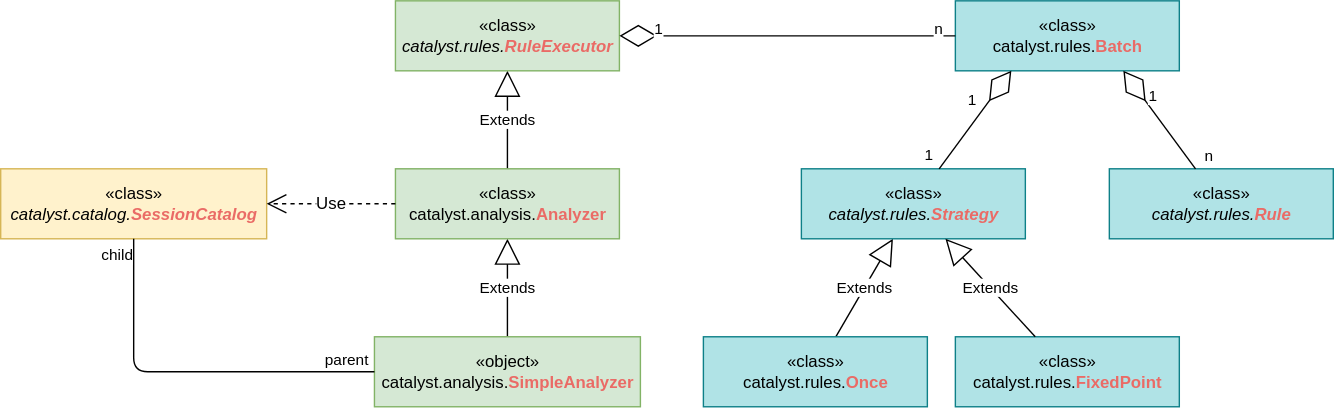
Above: images/spark/sql-catalyst-analysis.svg in jtLiBrain/jtLiBrain.github.io (draw.io), before the change. Source tidied: cells renumbered, new cells last; positions are measured from the earlier drawing's top-left corner, leaving out a move shared by most shapes.
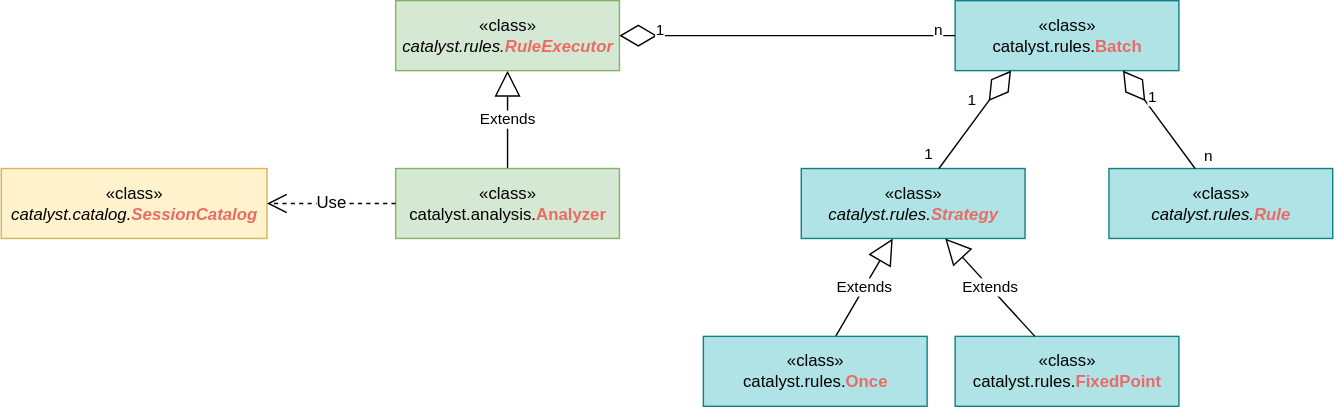
The same diagram one commit later.

The edit, as a diff of the source:
```diff
@@ -8,18 +8,12 @@
     <mxCell id="3" value="Extends" style="endArrow=block;endSize=16;endFill=0;html=1;" parent="1" edge="1" source="10" target="9">
       <mxGeometry relative="1" as="geometry" />
     </mxCell>
-    <mxCell id="4" value="Extends" style="endArrow=block;endSize=16;endFill=0;html=1;" parent="1" edge="1" source="7" target="6">
-      <mxGeometry relative="1" as="geometry" />
-    </mxCell>
     <mxCell id="5" value="«class»&lt;br&gt;&lt;i&gt;catalyst.rules.&lt;b style=&quot;color: rgb(234 , 107 , 102)&quot;&gt;RuleExecutor&lt;/b&gt;&lt;/i&gt;" style="html=1;strokeColor=#82b366;strokeWidth=1;fillColor=#d5e8d4;" parent="1" vertex="1">
       <mxGeometry x="282" width="160" height="50" as="geometry" />
     </mxCell>
     <mxCell id="6" value="«class»&lt;br&gt;&lt;span&gt;catalyst.analysis.&lt;span style=&quot;color: rgb(234 , 107 , 102)&quot;&gt;&lt;b&gt;Analyzer&lt;/b&gt;&lt;/span&gt;&lt;/span&gt;" style="html=1;strokeColor=#82b366;strokeWidth=1;fillColor=#d5e8d4;fontStyle=0;" parent="1" vertex="1">
       <mxGeometry x="282" y="120" width="160" height="50" as="geometry" />
     </mxCell>
-    <mxCell id="7" value="«object»&lt;br&gt;&lt;span&gt;catalyst.analysis.&lt;/span&gt;&lt;font color=&quot;#ea6b66&quot;&gt;&lt;b&gt;SimpleAnalyzer&lt;/b&gt;&lt;/font&gt;" style="html=1;strokeColor=#82b366;strokeWidth=1;fillColor=#d5e8d4;fontStyle=0;" parent="1" vertex="1">
-      <mxGeometry x="267" y="240" width="190" height="50" as="geometry" />
-    </mxCell>
     <mxCell id="8" value="«class»&lt;br&gt;&lt;span&gt;catalyst.rules.&lt;b style=&quot;color: rgb(234 , 107 , 102)&quot;&gt;Batch&lt;/b&gt;&lt;/span&gt;" style="html=1;strokeColor=#0e8088;strokeWidth=1;fillColor=#b0e3e6;fontStyle=0;" parent="1" vertex="1">
       <mxGeometry x="682" width="160" height="50" as="geometry" />
     </mxCell>
@@ -80,19 +74,6 @@
     <mxCell id="23" value="«class»&lt;br&gt;&lt;i&gt;catalyst.catalog.&lt;/i&gt;&lt;font color=&quot;#ea6b66&quot;&gt;&lt;b&gt;&lt;i&gt;SessionCatalog&lt;/i&gt;&lt;/b&gt;&lt;/font&gt;" style="html=1;strokeColor=#d6b656;strokeWidth=1;fillColor=#fff2cc;" parent="1" vertex="1">
       <mxGeometry y="120" width="190" height="50" as="geometry" />
     </mxCell>
-    <mxCell id="24" style="endArrow=none;html=1;edgeStyle=orthogonalEdgeStyle;fontSize=12;" parent="1" edge="1" source="7" target="23">
-      <mxGeometry relative="1" as="geometry" />
-    </mxCell>
-    <mxCell id="25" value="parent" style="edgeLabel;html=1;align=left;verticalAlign=bottom;" parent="24" vertex="1">
-      <mxGeometry x="-1" relative="1" as="geometry">
-        <mxPoint x="-37" as="offset" />
-      </mxGeometry>
-    </mxCell>
-    <mxCell id="26" value="child" style="edgeLabel;html=1;align=right;verticalAlign=bottom;" parent="24" vertex="1">
-      <mxGeometry x="1" relative="1" as="geometry">
-        <mxPoint y="20" as="offset" />
-      </mxGeometry>
-    </mxCell>
     <mxCell id="27" value="Use" style="endArrow=open;endSize=12;dashed=1;html=1;fontSize=12;" parent="1" edge="1" source="6" target="23">
       <mxGeometry relative="1" as="geometry" />
     </mxCell>
```
